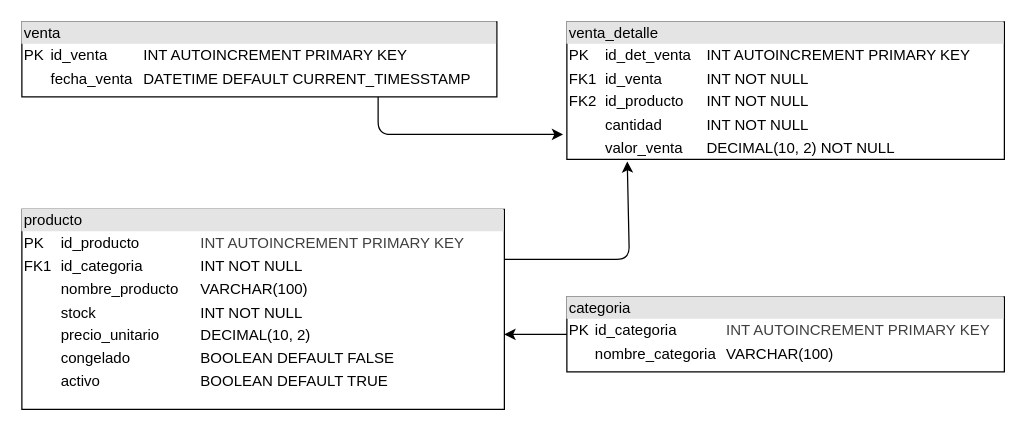
Before: design.drawio in soulLeo77/carreando-farmacia, a draw.io diagram. Source tidied: cells renumbered, new cells numbered last; positions are measured from the earlier drawing's top-left corner, leaving out a move shared by most shapes. Both pictures are drawn from the tidied source at 125%, with x=0, y=0 at pixel (21, 21).
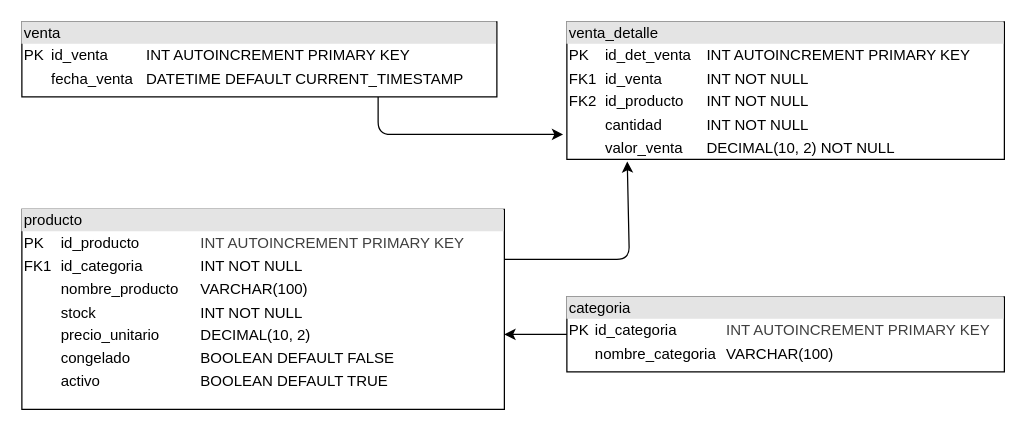
Above is the later version.

Change to the diagram source:
```diff
@@
 <mxGraphModel>
   <root>
     <mxCell id="0" />
     <mxCell id="1" parent="0" />
     <mxCell id="2" style="edgeStyle=none;html=1;exitX=0.75;exitY=1;exitDx=0;exitDy=0;" parent="1" edge="1" source="3">
       <mxGeometry relative="1" as="geometry">
         <mxPoint x="433" y="90" as="targetPoint" />
         <Array as="points">
           <mxPoint x="285" y="90" />
         </Array>
       </mxGeometry>
     </mxCell>
-    <mxCell id="3" value="&lt;div style=&quot;box-sizing: border-box; width: 100%; background: rgb(228, 228, 228); padding: 2px;&quot;&gt;venta&lt;/div&gt;&lt;table style=&quot;width:100%;font-size:1em;&quot; cellpadding=&quot;2&quot; cellspacing=&quot;0&quot;&gt;&lt;tbody&gt;&lt;tr&gt;&lt;td&gt;PK&lt;/td&gt;&lt;td&gt;id_venta&lt;/td&gt;&lt;td&gt;INT AUTOINCREMENT PRIMARY KEY&lt;/td&gt;&lt;/tr&gt;&lt;tr&gt;&lt;td&gt;&lt;/td&gt;&lt;td&gt;fecha_venta&lt;/td&gt;&lt;td&gt;DATETIME DEFAULT CURRENT_TIMESSTAMP&lt;/td&gt;&lt;/tr&gt;&lt;tr&gt;&lt;td&gt;&lt;/td&gt;&lt;td&gt;&lt;br&gt;&lt;/td&gt;&lt;td&gt;&lt;br&gt;&lt;/td&gt;&lt;/tr&gt;&lt;/tbody&gt;&lt;/table&gt;" style="verticalAlign=top;align=left;overflow=fill;html=1;whiteSpace=wrap;" parent="1" vertex="1">
+    <mxCell id="3" value="&lt;div style=&quot;box-sizing: border-box; width: 100%; background: rgb(228, 228, 228); padding: 2px;&quot;&gt;venta&lt;/div&gt;&lt;table style=&quot;width:100%;font-size:1em;&quot; cellpadding=&quot;2&quot; cellspacing=&quot;0&quot;&gt;&lt;tbody&gt;&lt;tr&gt;&lt;td&gt;PK&lt;/td&gt;&lt;td&gt;id_venta&lt;/td&gt;&lt;td&gt;INT AUTOINCREMENT PRIMARY KEY&lt;/td&gt;&lt;/tr&gt;&lt;tr&gt;&lt;td&gt;&lt;/td&gt;&lt;td&gt;fecha_venta&lt;/td&gt;&lt;td&gt;DATETIME DEFAULT CURRENT_TIMESTAMP&lt;/td&gt;&lt;/tr&gt;&lt;tr&gt;&lt;td&gt;&lt;/td&gt;&lt;td&gt;&lt;br&gt;&lt;/td&gt;&lt;td&gt;&lt;br&gt;&lt;/td&gt;&lt;/tr&gt;&lt;/tbody&gt;&lt;/table&gt;" style="verticalAlign=top;align=left;overflow=fill;html=1;whiteSpace=wrap;" parent="1" vertex="1">
       <mxGeometry width="380" height="60" as="geometry" />
     </mxCell>
     <mxCell id="4" value="&lt;div style=&quot;box-sizing: border-box; width: 100%; background: rgb(228, 228, 228); padding: 2px;&quot;&gt;venta_detalle&lt;/div&gt;&lt;table style=&quot;width:100%;font-size:1em;&quot; cellpadding=&quot;2&quot; cellspacing=&quot;0&quot;&gt;&lt;tbody&gt;&lt;tr&gt;&lt;td&gt;PK&lt;/td&gt;&lt;td&gt;id_det_venta&lt;/td&gt;&lt;td&gt;INT AUTOINCREMENT PRIMARY KEY&lt;/td&gt;&lt;/tr&gt;&lt;tr&gt;&lt;td&gt;FK1&lt;/td&gt;&lt;td&gt;id_venta&lt;/td&gt;&lt;td&gt;INT NOT NULL&lt;/td&gt;&lt;/tr&gt;&lt;tr&gt;&lt;td&gt;FK2&lt;/td&gt;&lt;td&gt;id_producto&lt;/td&gt;&lt;td&gt;INT NOT NULL&lt;/td&gt;&lt;/tr&gt;&lt;tr&gt;&lt;td&gt;&lt;br&gt;&lt;/td&gt;&lt;td&gt;cantidad&lt;/td&gt;&lt;td&gt;INT NOT NULL&lt;/td&gt;&lt;/tr&gt;&lt;tr&gt;&lt;td&gt;&lt;br&gt;&lt;/td&gt;&lt;td&gt;valor_venta&lt;/td&gt;&lt;td&gt;DECIMAL(10, 2) NOT NULL&lt;/td&gt;&lt;/tr&gt;&lt;/tbody&gt;&lt;/table&gt;" style="verticalAlign=top;align=left;overflow=fill;html=1;whiteSpace=wrap;" parent="1" vertex="1">
       <mxGeometry x="436" width="350" height="110" as="geometry" />
     </mxCell>
     <mxCell id="5" style="edgeStyle=none;html=1;exitX=1;exitY=0.25;exitDx=0;exitDy=0;entryX=0.138;entryY=1.015;entryDx=0;entryDy=0;entryPerimeter=0;" parent="1" edge="1" source="6" target="4">
       <mxGeometry relative="1" as="geometry">
         <Array as="points">
           <mxPoint x="486" y="190" />
         </Array>
       </mxGeometry>
     </mxCell>
     <mxCell id="6" value="&lt;div style=&quot;box-sizing: border-box; width: 100%; background: rgb(228, 228, 228); padding: 2px;&quot;&gt;producto&lt;/div&gt;&lt;table style=&quot;width:100%;font-size:1em;&quot; cellpadding=&quot;2&quot; cellspacing=&quot;0&quot;&gt;&lt;tbody&gt;&lt;tr&gt;&lt;td&gt;PK&lt;/td&gt;&lt;td&gt;id_producto&lt;/td&gt;&lt;td&gt;&lt;span style=&quot;color: rgb(63, 63, 63);&quot;&gt;INT AUTOINCREMENT PRIMARY KEY&lt;/span&gt;&lt;/td&gt;&lt;/tr&gt;&lt;tr&gt;&lt;td&gt;FK1&lt;/td&gt;&lt;td&gt;id_categoria&lt;/td&gt;&lt;td&gt;INT NOT NULL&lt;/td&gt;&lt;/tr&gt;&lt;tr&gt;&lt;td&gt;&lt;/td&gt;&lt;td&gt;nombre_producto&lt;/td&gt;&lt;td&gt;VARCHAR(100)&lt;br&gt;&lt;/td&gt;&lt;/tr&gt;&lt;tr&gt;&lt;td&gt;&lt;br&gt;&lt;/td&gt;&lt;td&gt;stock&lt;br&gt;&lt;/td&gt;&lt;td&gt;INT NOT NULL&lt;/td&gt;&lt;/tr&gt;&lt;tr&gt;&lt;td&gt;&lt;br&gt;&lt;/td&gt;&lt;td&gt;precio_unitario&lt;/td&gt;&lt;td&gt;DECIMAL(10, 2)&lt;/td&gt;&lt;/tr&gt;&lt;tr&gt;&lt;td&gt;&lt;br&gt;&lt;/td&gt;&lt;td&gt;congelado&lt;/td&gt;&lt;td&gt;BOOLEAN DEFAULT FALSE&lt;/td&gt;&lt;/tr&gt;&lt;tr&gt;&lt;td&gt;&lt;br&gt;&lt;/td&gt;&lt;td&gt;activo&lt;/td&gt;&lt;td&gt;BOOLEAN DEFAULT TRUE&lt;/td&gt;&lt;/tr&gt;&lt;/tbody&gt;&lt;/table&gt;" style="verticalAlign=top;align=left;overflow=fill;html=1;whiteSpace=wrap;" parent="1" vertex="1">
       <mxGeometry y="150" width="386" height="160" as="geometry" />
     </mxCell>
     <mxCell id="7" value="&lt;div style=&quot;box-sizing: border-box; width: 100%; background: rgb(228, 228, 228); padding: 2px;&quot;&gt;categoria&lt;/div&gt;&lt;table style=&quot;width:100%;font-size:1em;&quot; cellpadding=&quot;2&quot; cellspacing=&quot;0&quot;&gt;&lt;tbody&gt;&lt;tr&gt;&lt;td&gt;PK&lt;/td&gt;&lt;td&gt;id_categoria&lt;/td&gt;&lt;td&gt;&lt;span style=&quot;color: rgb(63, 63, 63);&quot;&gt;INT AUTOINCREMENT PRIMARY KEY&lt;/span&gt;&lt;/td&gt;&lt;/tr&gt;&lt;tr&gt;&lt;td&gt;&lt;br&gt;&lt;/td&gt;&lt;td&gt;nombre_categoria&lt;/td&gt;&lt;td&gt;VARCHAR(100)&lt;/td&gt;&lt;/tr&gt;&lt;tr&gt;&lt;td&gt;&lt;br&gt;&lt;/td&gt;&lt;td&gt;&lt;br&gt;&lt;/td&gt;&lt;td&gt;&lt;br&gt;&lt;/td&gt;&lt;/tr&gt;&lt;/tbody&gt;&lt;/table&gt;" style="verticalAlign=top;align=left;overflow=fill;html=1;whiteSpace=wrap;" parent="1" vertex="1">
       <mxGeometry x="436" y="220" width="350" height="60" as="geometry" />
     </mxCell>
     <mxCell id="8" style="edgeStyle=none;html=1;exitX=0;exitY=0.5;exitDx=0;exitDy=0;" parent="1" edge="1" source="7">
       <mxGeometry relative="1" as="geometry">
         <mxPoint x="386" y="250" as="targetPoint" />
       </mxGeometry>
     </mxCell>
   </root>
 </mxGraphModel>
```
